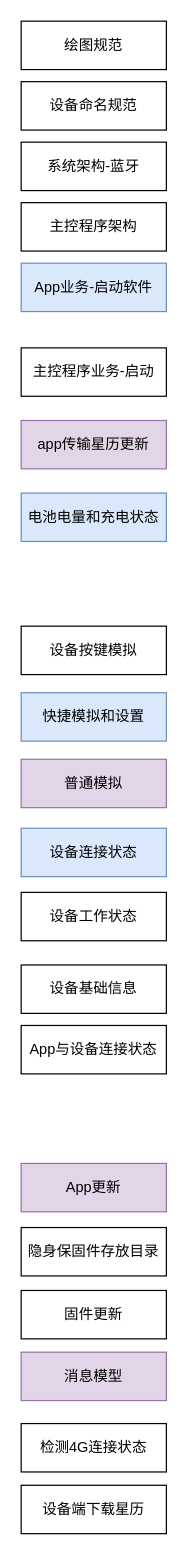
Earlier version of the draw.io diagram page "目录" (3 of 25) of 隐身保arm版-业务流程-V1.0-20221028-1.drawio (kyphoon/ysb_drawio_tree). Source tidied: cells renumbered, new cells numbered last; positions are measured from the earlier drawing's top-left corner, leaving out a move shared by most shapes. Both pictures are drawn from the tidied source at 121%, with x=0, y=0 at pixel (21, 21).
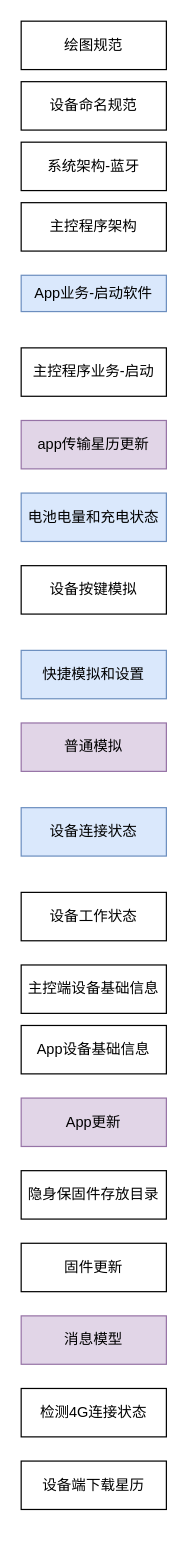
After the change.

Diff of the diagram source:
```diff
@@
     <mxCell id="2" value="App业务-启动软件" style="rounded=0;whiteSpace=wrap;html=1;fillColor=#dae8fc;strokeColor=#6c8ebf;" parent="1" vertex="1">
-      <mxGeometry y="200" width="120" height="40" as="geometry" />
+      <mxGeometry y="210" width="120" height="30" as="geometry" />
     </mxCell>
@@
     <mxCell id="7" value="设备按键模拟" style="rounded=0;whiteSpace=wrap;html=1;" parent="1" vertex="1">
-      <mxGeometry y="500" width="120" height="40" as="geometry" />
+      <mxGeometry y="450" width="120" height="40" as="geometry" />
     </mxCell>
     <mxCell id="8" value="快捷模拟和设置" style="rounded=0;whiteSpace=wrap;html=1;fillColor=#dae8fc;strokeColor=#6c8ebf;" parent="1" vertex="1">
-      <mxGeometry y="555" width="120" height="40" as="geometry" />
+      <mxGeometry y="520" width="120" height="40" as="geometry" />
     </mxCell>
     <mxCell id="9" value="普通模拟" style="rounded=0;whiteSpace=wrap;html=1;fillColor=#e1d5e7;strokeColor=#9673a6;" parent="1" vertex="1">
-      <mxGeometry y="610" width="120" height="40" as="geometry" />
+      <mxGeometry y="580" width="120" height="40" as="geometry" />
     </mxCell>
     <mxCell id="10" value="固件更新" style="rounded=0;whiteSpace=wrap;html=1;" parent="1" vertex="1">
-      <mxGeometry y="1049" width="120" height="40" as="geometry" />
+      <mxGeometry y="1010" width="120" height="40" as="geometry" />
     </mxCell>
     <mxCell id="11" value="消息模型" style="rounded=0;whiteSpace=wrap;html=1;fillColor=#e1d5e7;strokeColor=#9673a6;" parent="1" vertex="1">
-      <mxGeometry y="1100" width="120" height="40" as="geometry" />
+      <mxGeometry y="1070" width="120" height="40" as="geometry" />
     </mxCell>
@@
     <mxCell id="13" value="设备连接状态" style="rounded=0;whiteSpace=wrap;html=1;fillColor=#dae8fc;strokeColor=#6c8ebf;" parent="1" vertex="1">
-      <mxGeometry y="667" width="120" height="40" as="geometry" />
+      <mxGeometry y="650" width="120" height="40" as="geometry" />
     </mxCell>
     <mxCell id="14" value="隐身保固件存放目录" style="rounded=0;whiteSpace=wrap;html=1;" parent="1" vertex="1">
-      <mxGeometry y="997" width="120" height="40" as="geometry" />
+      <mxGeometry y="950" width="120" height="40" as="geometry" />
     </mxCell>
@@
     <mxCell id="16" value="App更新" style="rounded=0;whiteSpace=wrap;html=1;fillColor=#e1d5e7;strokeColor=#9673a6;" parent="1" vertex="1">
-      <mxGeometry y="944" width="120" height="40" as="geometry" />
+      <mxGeometry y="890" width="120" height="40" as="geometry" />
     </mxCell>
@@
-    <mxCell id="18" value="设备基础信息" style="rounded=0;whiteSpace=wrap;html=1;" parent="1" vertex="1">
+    <mxCell id="18" value="主控端设备基础信息" style="rounded=0;whiteSpace=wrap;html=1;" parent="1" vertex="1">
       <mxGeometry y="780" width="120" height="40" as="geometry" />
     </mxCell>
-    <mxCell id="19" value="App与设备连接状态" style="rounded=0;whiteSpace=wrap;html=1;" parent="1" vertex="1">
+    <mxCell id="19" value="App设备基础信息" style="rounded=0;whiteSpace=wrap;html=1;" parent="1" vertex="1">
       <mxGeometry y="830" width="120" height="40" as="geometry" />
     </mxCell>
     <mxCell id="20" value="检测4G连接状态" style="rounded=0;whiteSpace=wrap;html=1;" parent="1" vertex="1">
-      <mxGeometry y="1159" width="120" height="40" as="geometry" />
+      <mxGeometry y="1130" width="120" height="40" as="geometry" />
     </mxCell>
     <mxCell id="21" value="设备端下载星历" style="rounded=0;whiteSpace=wrap;html=1;" parent="1" vertex="1">
-      <mxGeometry y="1210" width="120" height="40" as="geometry" />
+      <mxGeometry y="1190" width="120" height="40" as="geometry" />
     </mxCell>
```
